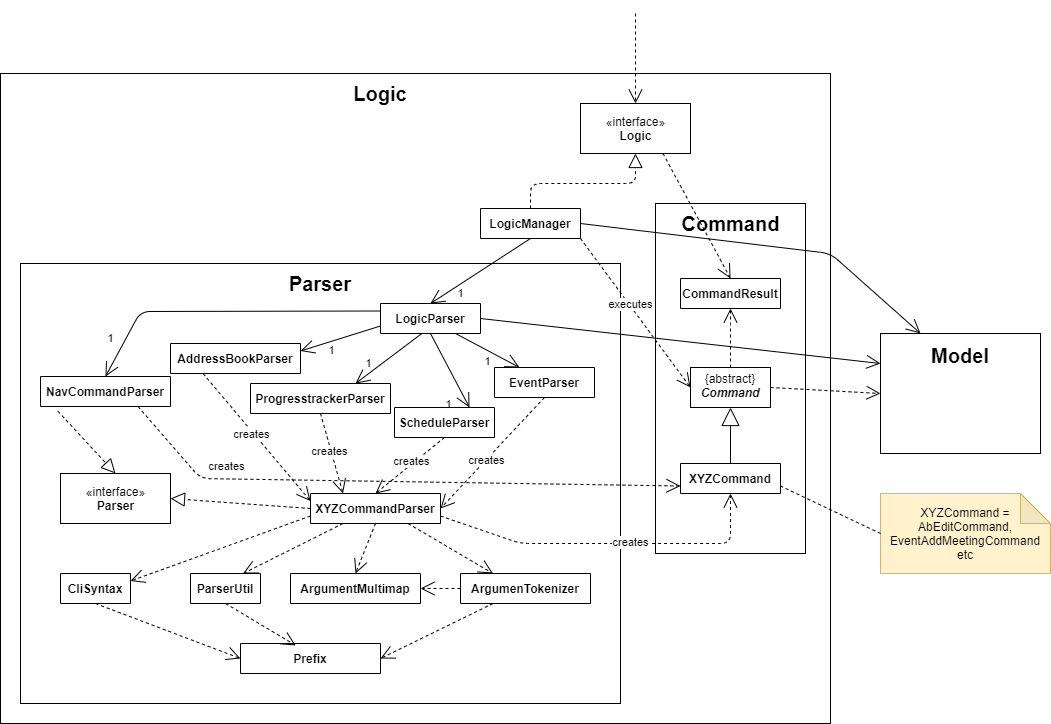
This is docs/images/LogicClassDiagram.png from xCelestialPhoenix/main, a draw.io export, as it was before one commit. Source tidied: cells renumbered, new cells last; positions are measured from the earlier drawing's top-left corner, leaving out a move shared by most shapes.
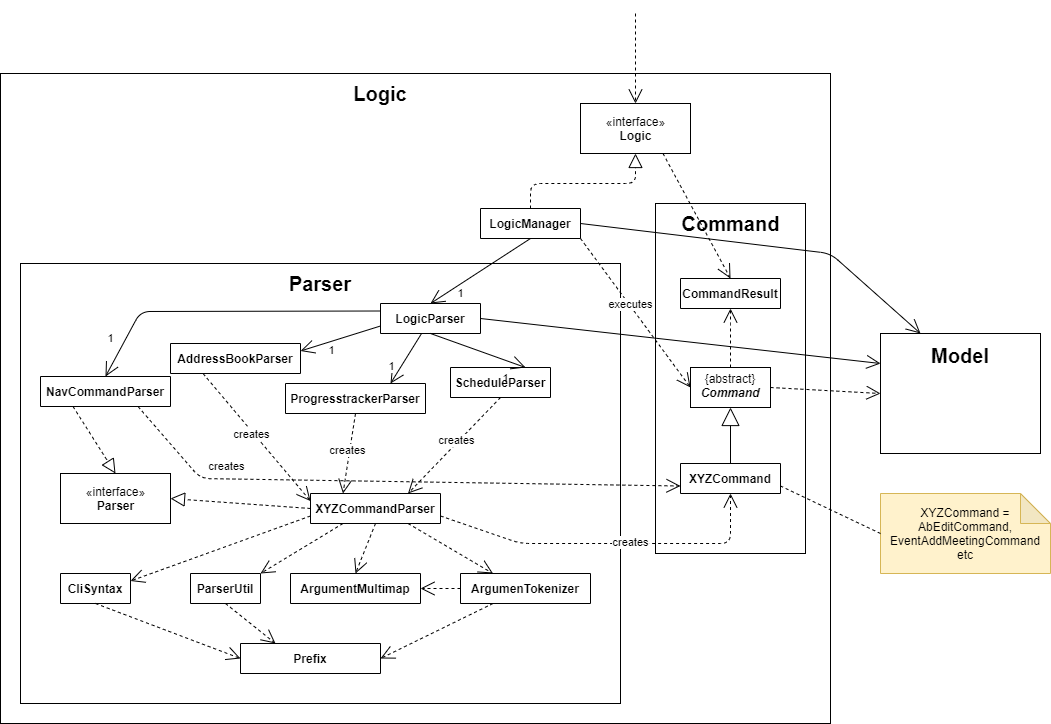
Later version of the same file.

Commit message:
edited logic class diagram again

What changed in the source:
```diff
@@ -77,7 +77,7 @@
     <mxCell id="22" style="endArrow=open;endSize=12;dashed=1;html=1;entryX=0;entryY=0.5;entryDx=0;entryDy=0;exitX=0.5;exitY=1;exitDx=0;exitDy=0;" parent="1" edge="1" source="46" target="42">
       <mxGeometry x="-0.07" y="-2" relative="1" as="geometry" />
     </mxCell>
-    <mxCell id="23" style="endArrow=open;endSize=12;dashed=1;html=1;entryX=0.395;entryY=0.065;entryDx=0;entryDy=0;exitX=0.5;exitY=1;exitDx=0;exitDy=0;entryPerimeter=0;" parent="1" edge="1" source="45" target="42">
+    <mxCell id="23" style="endArrow=open;endSize=12;dashed=1;html=1;entryX=0.25;entryY=0;entryDx=0;entryDy=0;exitX=0.5;exitY=1;exitDx=0;exitDy=0;" parent="1" edge="1" source="45" target="42">
       <mxGeometry x="-0.07" y="-2" relative="1" as="geometry" />
     </mxCell>
     <mxCell id="24" style="endArrow=open;endSize=12;dashed=1;html=1;entryX=1;entryY=0.5;entryDx=0;entryDy=0;exitX=0;exitY=0.5;exitDx=0;exitDy=0;" parent="1" edge="1" source="44" target="43">
@@ -99,9 +99,6 @@
     <mxCell id="28" style="endArrow=open;endFill=1;endSize=12;html=1;exitX=1;exitY=0.5;exitDx=0;exitDy=0;entryX=0;entryY=0.25;entryDx=0;entryDy=0;" parent="1" edge="1" source="52" target="4">
       <mxGeometry relative="1" as="geometry" />
     </mxCell>
-    <mxCell id="29" value="1" style="endArrow=open;endFill=1;endSize=12;html=1;exitX=0.75;exitY=1;exitDx=0;exitDy=0;entryX=0.25;entryY=0;entryDx=0;entryDy=0;" parent="1" edge="1" source="52" target="54">
-      <mxGeometry x="0.12" y="-10" relative="1" as="geometry" />
-    </mxCell>
     <mxCell id="30" value="1" style="endArrow=open;endFill=1;endSize=12;html=1;exitX=0.5;exitY=1;exitDx=0;exitDy=0;entryX=0.75;entryY=0;entryDx=0;entryDy=0;" parent="1" edge="1" source="52" target="55">
       <mxGeometry x="0.7" y="-17" relative="1" as="geometry" />
     </mxCell>
@@ -121,12 +118,9 @@
     <mxCell id="34" value="creates" style="endArrow=open;endSize=12;dashed=1;html=1;entryX=0.25;entryY=0;entryDx=0;entryDy=0;exitX=0.5;exitY=1;exitDx=0;exitDy=0;" parent="1" edge="1" source="56" target="41">
       <mxGeometry x="-0.07" y="-2" relative="1" as="geometry" />
     </mxCell>
-    <mxCell id="35" value="creates" style="endArrow=open;endSize=12;dashed=1;html=1;entryX=0.5;entryY=0;entryDx=0;entryDy=0;exitX=0.5;exitY=1;exitDx=0;exitDy=0;" parent="1" edge="1" source="55" target="41">
+    <mxCell id="35" value="creates" style="endArrow=open;endSize=12;dashed=1;html=1;entryX=0.75;entryY=0;entryDx=0;entryDy=0;exitX=0.5;exitY=1;exitDx=0;exitDy=0;" parent="1" edge="1" source="55" target="41">
       <mxGeometry x="-0.07" y="-2" relative="1" as="geometry" />
     </mxCell>
-    <mxCell id="36" value="creates" style="endArrow=open;endSize=12;dashed=1;html=1;entryX=1;entryY=0.5;entryDx=0;entryDy=0;exitX=0.5;exitY=1;exitDx=0;exitDy=0;" parent="1" edge="1" source="54" target="41">
-      <mxGeometry x="0.13" y="1" relative="1" as="geometry" />
-    </mxCell>
     <mxCell id="37" value="creates" style="endArrow=open;endSize=12;dashed=1;html=1;entryX=0;entryY=0.25;entryDx=0;entryDy=0;exitX=0.25;exitY=1;exitDx=0;exitDy=0;" parent="1" edge="1" source="57" target="41">
       <mxGeometry x="-0.07" y="-2" relative="1" as="geometry" />
     </mxCell>
@@ -136,7 +130,7 @@
     <mxCell id="39" style="endArrow=open;endSize=12;dashed=1;html=1;entryX=0.25;entryY=0;entryDx=0;entryDy=0;exitX=0.75;exitY=1;exitDx=0;exitDy=0;" parent="1" edge="1" source="41" target="44">
       <mxGeometry x="-0.07" y="-2" relative="1" as="geometry" />
     </mxCell>
-    <mxCell id="40" style="endArrow=open;endSize=12;dashed=1;html=1;entryX=0.75;entryY=0;entryDx=0;entryDy=0;exitX=0.25;exitY=1;exitDx=0;exitDy=0;" parent="1" edge="1" source="41" target="45">
+    <mxCell id="40" style="endArrow=open;endSize=12;dashed=1;html=1;entryX=1;entryY=0;entryDx=0;entryDy=0;exitX=0.25;exitY=1;exitDx=0;exitDy=0;" parent="1" edge="1" source="41" target="45">
       <mxGeometry x="-0.07" y="-2" relative="1" as="geometry" />
     </mxCell>
     <mxCell id="41" value="XYZCommandParser" style="swimlane;fontStyle=1;horizontal=1;startSize=50;fillColor=none;" parent="1" vertex="1">
@@ -177,7 +171,7 @@
         <mxPoint y="1" as="offset" />
       </mxGeometry>
     </mxCell>
-    <mxCell id="51" style="endArrow=block;dashed=1;endFill=0;endSize=12;html=1;entryX=0.5;entryY=0;entryDx=0;entryDy=0;exitX=0.134;exitY=1.158;exitDx=0;exitDy=0;exitPerimeter=0;" parent="1" edge="1" source="53" target="14">
+    <mxCell id="51" style="endArrow=block;dashed=1;endFill=0;endSize=12;html=1;entryX=0.5;entryY=0;entryDx=0;entryDy=0;exitX=0.25;exitY=1;exitDx=0;exitDy=0;" parent="1" edge="1" source="53" target="14">
       <mxGeometry relative="1" as="geometry" />
     </mxCell>
     <mxCell id="52" value="LogicParser" style="swimlane;fontStyle=1;horizontal=1;startSize=50;fillColor=none;" parent="1" vertex="1">
@@ -186,14 +180,11 @@
     <mxCell id="53" value="NavCommandParser" style="swimlane;fontStyle=1;horizontal=1;startSize=50;fillColor=none;" parent="1" vertex="1">
       <mxGeometry x="40" y="363" width="130" height="30" as="geometry" />
     </mxCell>
-    <mxCell id="54" value="EventParser" style="swimlane;fontStyle=1;horizontal=1;startSize=50;fillColor=none;" parent="1" vertex="1">
-      <mxGeometry x="494" y="354" width="100" height="30" as="geometry" />
-    </mxCell>
     <mxCell id="55" value="ScheduleParser" style="swimlane;fontStyle=1;horizontal=1;startSize=50;fillColor=none;" parent="1" vertex="1">
-      <mxGeometry x="394" y="394" width="100" height="30" as="geometry" />
+      <mxGeometry x="450" y="354" width="100" height="30" as="geometry" />
     </mxCell>
     <mxCell id="56" value="ProgresstrackerParser" style="swimlane;fontStyle=1;horizontal=1;startSize=50;fillColor=none;" parent="1" vertex="1">
-      <mxGeometry x="250" y="370" width="140" height="30" as="geometry" />
+      <mxGeometry x="285" y="370" width="140" height="30" as="geometry" />
     </mxCell>
     <mxCell id="57" value="AddressBookParser" style="swimlane;fontStyle=1;horizontal=1;startSize=50;fillColor=none;" parent="1" vertex="1">
       <mxGeometry x="170" y="330" width="130" height="30" as="geometry" />
```
